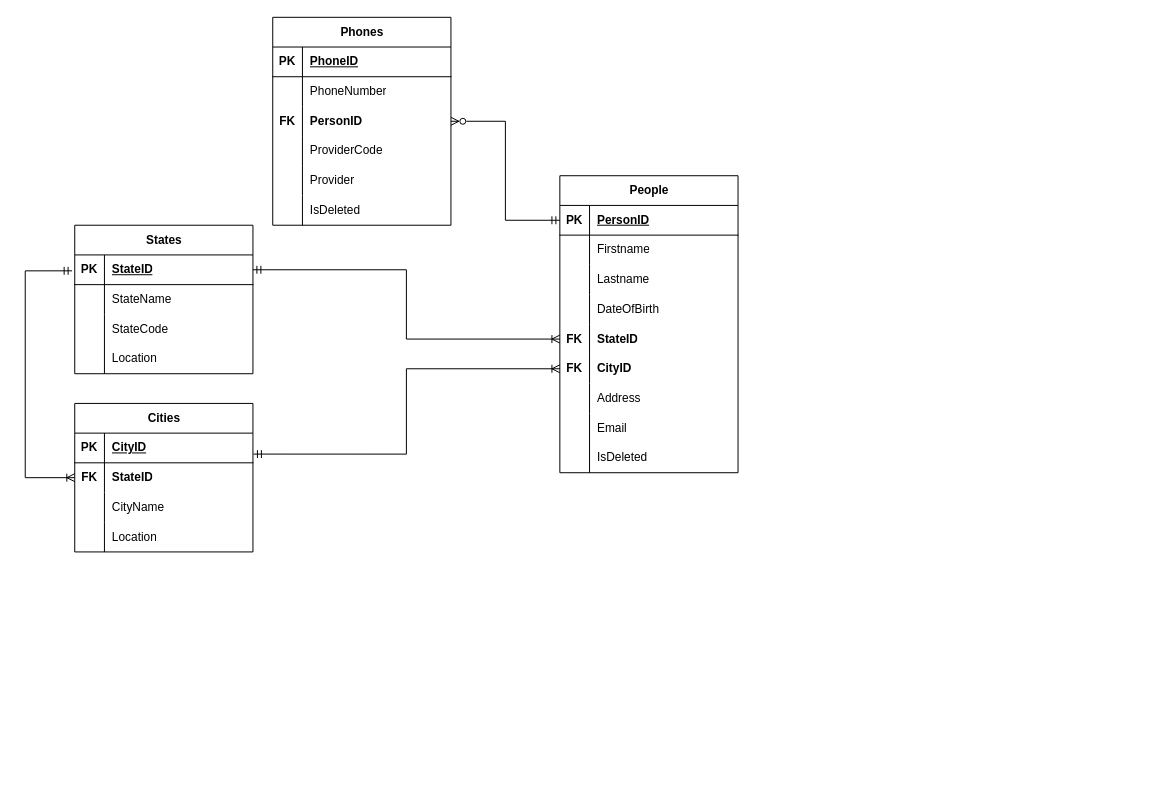
Earlier version of the draw.io diagram GNT_Manager.drawio (khalil98dev/GNT). Source tidied: cells renumbered, new cells numbered last; positions are measured from the earlier drawing's top-left corner, leaving out a move shared by most shapes. Both pictures are drawn from the tidied source at 99%, with x=0, y=0 at pixel (25, 17).
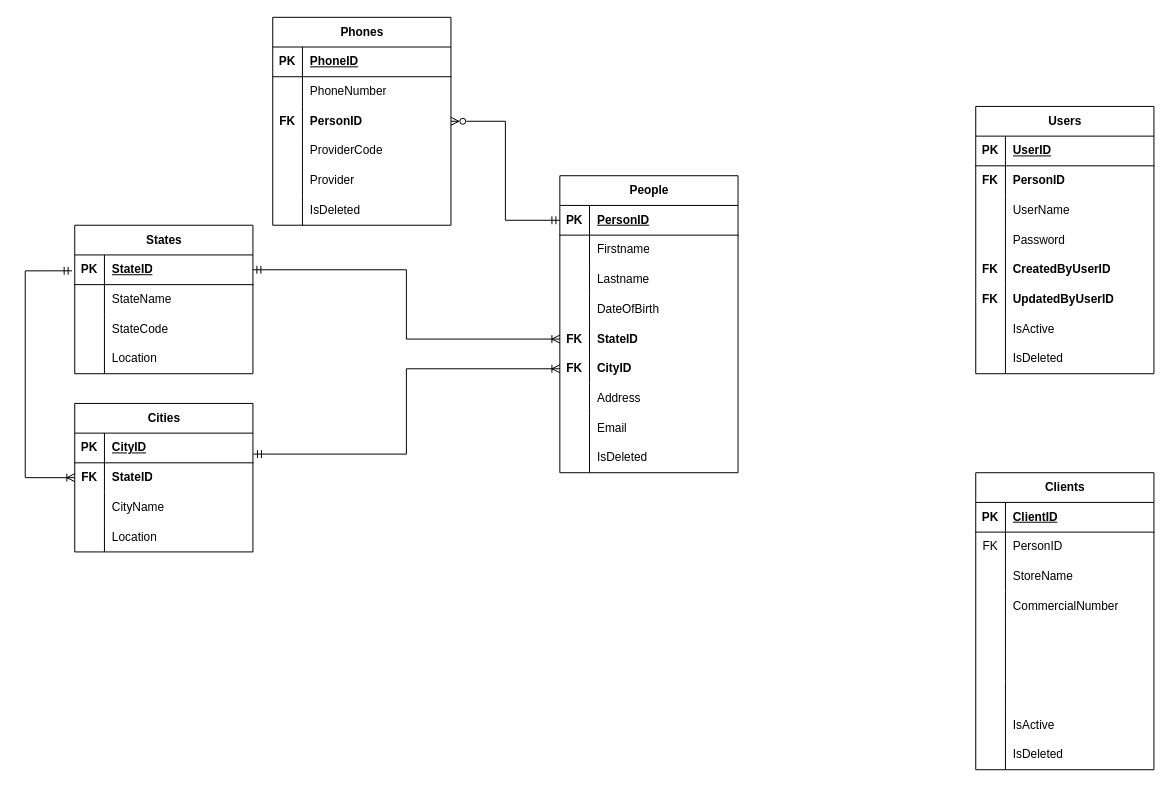
The same page after the edit.

Change to the diagram source:
```diff
@@
-<mxGraphModel>
+<mxGraphModel background="light-dark(#FFFFFF,#262626)">
@@
+    <mxCell id="79" value="Users" style="shape=table;startSize=30;childLayout=tableLayout;rowLines=0;fontStyle=1;align=center;html=1;" parent="1" vertex="1">
+      <mxGeometry x="960.1" y="90" width="180" height="270" as="geometry" />
+    </mxCell>
+    <mxCell id="80" style="shape=tableRow;horizontal=0;startSize=0;swimlaneHead=0;swimlaneBody=0;fillColor=none;top=0;left=0;right=0;bottom=1;" parent="79" vertex="1">
+      <mxGeometry y="30" width="180" height="30" as="geometry" />
+    </mxCell>
+    <mxCell id="81" value="PK" style="shape=partialRectangle;fillColor=none;top=0;left=0;bottom=0;right=0;fontStyle=1;overflow=hidden;whiteSpace=wrap;html=1;" parent="80" vertex="1">
+      <mxGeometry width="30" height="30" as="geometry" />
+    </mxCell>
+    <mxCell id="82" value="UserID" style="shape=partialRectangle;fillColor=none;top=0;left=0;bottom=0;right=0;align=left;spacingLeft=6;fontStyle=5;overflow=hidden;whiteSpace=wrap;html=1;" parent="80" vertex="1">
+      <mxGeometry x="30" width="150" height="30" as="geometry" />
+    </mxCell>
+    <mxCell id="83" style="shape=tableRow;horizontal=0;startSize=0;swimlaneHead=0;swimlaneBody=0;fillColor=none;top=0;left=0;right=0;bottom=0;" parent="79" vertex="1">
+      <mxGeometry y="60" width="180" height="30" as="geometry" />
+    </mxCell>
+    <mxCell id="84" value="FK" style="shape=partialRectangle;fillColor=none;top=0;left=0;bottom=0;right=0;overflow=hidden;whiteSpace=wrap;html=1;fontStyle=1;" parent="83" vertex="1">
+      <mxGeometry width="30" height="30" as="geometry" />
+    </mxCell>
+    <mxCell id="85" value="PersonID" style="shape=partialRectangle;fillColor=none;top=0;left=0;bottom=0;right=0;align=left;spacingLeft=6;overflow=hidden;whiteSpace=wrap;html=1;fontStyle=1;" parent="83" vertex="1">
+      <mxGeometry x="30" width="150" height="30" as="geometry" />
+    </mxCell>
+    <mxCell id="86" style="shape=tableRow;horizontal=0;startSize=0;swimlaneHead=0;swimlaneBody=0;fillColor=none;top=0;left=0;right=0;bottom=0;" parent="79" vertex="1">
+      <mxGeometry y="90" width="180" height="30" as="geometry" />
+    </mxCell>
+    <mxCell id="87" style="shape=partialRectangle;fillColor=none;top=0;left=0;bottom=0;right=0;overflow=hidden;whiteSpace=wrap;html=1;" parent="86" vertex="1">
+      <mxGeometry width="30" height="30" as="geometry" />
+    </mxCell>
+    <mxCell id="88" value="UserName" style="shape=partialRectangle;fillColor=none;top=0;left=0;bottom=0;right=0;align=left;spacingLeft=6;overflow=hidden;whiteSpace=wrap;html=1;" parent="86" vertex="1">
+      <mxGeometry x="30" width="150" height="30" as="geometry" />
+    </mxCell>
+    <mxCell id="89" style="shape=tableRow;horizontal=0;startSize=0;swimlaneHead=0;swimlaneBody=0;fillColor=none;top=0;left=0;right=0;bottom=0;" parent="79" vertex="1">
+      <mxGeometry y="120" width="180" height="30" as="geometry" />
+    </mxCell>
+    <mxCell id="90" style="shape=partialRectangle;fillColor=none;top=0;left=0;bottom=0;right=0;overflow=hidden;whiteSpace=wrap;html=1;" parent="89" vertex="1">
+      <mxGeometry width="30" height="30" as="geometry" />
+    </mxCell>
+    <mxCell id="91" value="Password" style="shape=partialRectangle;fillColor=none;top=0;left=0;bottom=0;right=0;align=left;spacingLeft=6;overflow=hidden;whiteSpace=wrap;html=1;" parent="89" vertex="1">
+      <mxGeometry x="30" width="150" height="30" as="geometry" />
+    </mxCell>
+    <mxCell id="92" style="shape=tableRow;horizontal=0;startSize=0;swimlaneHead=0;swimlaneBody=0;fillColor=none;top=0;left=0;right=0;bottom=0;" parent="79" vertex="1">
+      <mxGeometry y="150" width="180" height="30" as="geometry" />
+    </mxCell>
+    <mxCell id="93" value="FK" style="shape=partialRectangle;fillColor=none;top=0;left=0;bottom=0;right=0;overflow=hidden;whiteSpace=wrap;html=1;fontStyle=1;" parent="92" vertex="1">
+      <mxGeometry width="30" height="30" as="geometry" />
+    </mxCell>
+    <mxCell id="94" value="CreatedByUserID" style="shape=partialRectangle;fillColor=none;top=0;left=0;bottom=0;right=0;align=left;spacingLeft=6;overflow=hidden;whiteSpace=wrap;html=1;fontStyle=1;" parent="92" vertex="1">
+      <mxGeometry x="30" width="150" height="30" as="geometry" />
+    </mxCell>
+    <mxCell id="95" style="shape=tableRow;horizontal=0;startSize=0;swimlaneHead=0;swimlaneBody=0;fillColor=none;top=0;left=0;right=0;bottom=0;" parent="79" vertex="1">
+      <mxGeometry y="180" width="180" height="30" as="geometry" />
+    </mxCell>
+    <mxCell id="96" value="FK" style="shape=partialRectangle;fillColor=none;top=0;left=0;bottom=0;right=0;overflow=hidden;whiteSpace=wrap;html=1;fontStyle=1;" parent="95" vertex="1">
+      <mxGeometry width="30" height="30" as="geometry" />
+    </mxCell>
+    <mxCell id="97" value="UpdatedByUserID" style="shape=partialRectangle;fillColor=none;top=0;left=0;bottom=0;right=0;align=left;spacingLeft=6;overflow=hidden;whiteSpace=wrap;html=1;fontStyle=1;" parent="95" vertex="1">
+      <mxGeometry x="30" width="150" height="30" as="geometry" />
+    </mxCell>
+    <mxCell id="98" style="shape=tableRow;horizontal=0;startSize=0;swimlaneHead=0;swimlaneBody=0;fillColor=none;top=0;left=0;right=0;bottom=0;" parent="79" vertex="1">
+      <mxGeometry y="210" width="180" height="30" as="geometry" />
+    </mxCell>
+    <mxCell id="99" style="shape=partialRectangle;fillColor=none;top=0;left=0;bottom=0;right=0;overflow=hidden;whiteSpace=wrap;html=1;" parent="98" vertex="1">
+      <mxGeometry width="30" height="30" as="geometry" />
+    </mxCell>
+    <mxCell id="100" value="IsActive" style="shape=partialRectangle;fillColor=none;top=0;left=0;bottom=0;right=0;align=left;spacingLeft=6;overflow=hidden;whiteSpace=wrap;html=1;" parent="98" vertex="1">
+      <mxGeometry x="30" width="150" height="30" as="geometry" />
+    </mxCell>
+    <mxCell id="101" style="shape=tableRow;horizontal=0;startSize=0;swimlaneHead=0;swimlaneBody=0;fillColor=none;top=0;left=0;right=0;bottom=0;" parent="79" vertex="1">
+      <mxGeometry y="240" width="180" height="30" as="geometry" />
+    </mxCell>
+    <mxCell id="102" style="shape=partialRectangle;fillColor=none;top=0;left=0;bottom=0;right=0;overflow=hidden;whiteSpace=wrap;html=1;" parent="101" vertex="1">
+      <mxGeometry width="30" height="30" as="geometry" />
+    </mxCell>
+    <mxCell id="103" value="IsDeleted" style="shape=partialRectangle;fillColor=none;top=0;left=0;bottom=0;right=0;align=left;spacingLeft=6;overflow=hidden;whiteSpace=wrap;html=1;" parent="101" vertex="1">
+      <mxGeometry x="30" width="150" height="30" as="geometry" />
+    </mxCell>
+    <mxCell id="104" value="Clients" style="shape=table;startSize=30;childLayout=tableLayout;rowLines=0;fontStyle=1;align=center;html=1;" parent="1" vertex="1">
+      <mxGeometry x="960.1" y="460" width="180" height="300" as="geometry" />
+    </mxCell>
+    <mxCell id="105" style="shape=tableRow;horizontal=0;startSize=0;swimlaneHead=0;swimlaneBody=0;fillColor=none;top=0;left=0;right=0;bottom=1;" parent="104" vertex="1">
+      <mxGeometry y="30" width="180" height="30" as="geometry" />
+    </mxCell>
+    <mxCell id="106" value="PK" style="shape=partialRectangle;fillColor=none;top=0;left=0;bottom=0;right=0;fontStyle=1;overflow=hidden;whiteSpace=wrap;html=1;" parent="105" vertex="1">
+      <mxGeometry width="30" height="30" as="geometry" />
+    </mxCell>
+    <mxCell id="107" value="ClientID" style="shape=partialRectangle;fillColor=none;top=0;left=0;bottom=0;right=0;align=left;spacingLeft=6;fontStyle=5;overflow=hidden;whiteSpace=wrap;html=1;" parent="105" vertex="1">
+      <mxGeometry x="30" width="150" height="30" as="geometry" />
+    </mxCell>
+    <mxCell id="108" style="shape=tableRow;horizontal=0;startSize=0;swimlaneHead=0;swimlaneBody=0;fillColor=none;top=0;left=0;right=0;bottom=0;" parent="104" vertex="1">
+      <mxGeometry y="60" width="180" height="30" as="geometry" />
+    </mxCell>
+    <mxCell id="109" value="FK" style="shape=partialRectangle;fillColor=none;top=0;left=0;bottom=0;right=0;overflow=hidden;whiteSpace=wrap;html=1;" parent="108" vertex="1">
+      <mxGeometry width="30" height="30" as="geometry" />
+    </mxCell>
+    <mxCell id="110" value="PersonID" style="shape=partialRectangle;fillColor=none;top=0;left=0;bottom=0;right=0;align=left;spacingLeft=6;overflow=hidden;whiteSpace=wrap;html=1;" parent="108" vertex="1">
+      <mxGeometry x="30" width="150" height="30" as="geometry" />
+    </mxCell>
+    <mxCell id="111" style="shape=tableRow;horizontal=0;startSize=0;swimlaneHead=0;swimlaneBody=0;fillColor=none;top=0;left=0;right=0;bottom=0;" parent="104" vertex="1">
+      <mxGeometry y="90" width="180" height="30" as="geometry" />
+    </mxCell>
+    <mxCell id="112" style="shape=partialRectangle;fillColor=none;top=0;left=0;bottom=0;right=0;overflow=hidden;whiteSpace=wrap;html=1;" parent="111" vertex="1">
+      <mxGeometry width="30" height="30" as="geometry" />
+    </mxCell>
+    <mxCell id="113" value="StoreName" style="shape=partialRectangle;fillColor=none;top=0;left=0;bottom=0;right=0;align=left;spacingLeft=6;overflow=hidden;whiteSpace=wrap;html=1;" parent="111" vertex="1">
+      <mxGeometry x="30" width="150" height="30" as="geometry" />
+    </mxCell>
+    <mxCell id="114" style="shape=tableRow;horizontal=0;startSize=0;swimlaneHead=0;swimlaneBody=0;fillColor=none;top=0;left=0;right=0;bottom=0;" parent="104" vertex="1">
+      <mxGeometry y="120" width="180" height="30" as="geometry" />
+    </mxCell>
+    <mxCell id="115" style="shape=partialRectangle;fillColor=none;top=0;left=0;bottom=0;right=0;overflow=hidden;whiteSpace=wrap;html=1;fontStyle=1;" parent="114" vertex="1">
+      <mxGeometry width="30" height="30" as="geometry" />
+    </mxCell>
+    <mxCell id="116" value="CommercialNumber" style="shape=partialRectangle;fillColor=none;top=0;left=0;bottom=0;right=0;align=left;spacingLeft=6;overflow=hidden;whiteSpace=wrap;html=1;fontStyle=0;" parent="114" vertex="1">
+      <mxGeometry x="30" width="150" height="30" as="geometry" />
+    </mxCell>
+    <mxCell id="117" style="shape=tableRow;horizontal=0;startSize=0;swimlaneHead=0;swimlaneBody=0;fillColor=none;top=0;left=0;right=0;bottom=0;" parent="104" vertex="1">
+      <mxGeometry y="150" width="180" height="30" as="geometry" />
+    </mxCell>
+    <mxCell id="118" style="shape=partialRectangle;fillColor=none;top=0;left=0;bottom=0;right=0;overflow=hidden;whiteSpace=wrap;html=1;fontStyle=1;" parent="117" vertex="1">
+      <mxGeometry width="30" height="30" as="geometry" />
+    </mxCell>
+    <mxCell id="119" style="shape=partialRectangle;fillColor=none;top=0;left=0;bottom=0;right=0;align=left;spacingLeft=6;overflow=hidden;whiteSpace=wrap;html=1;fontStyle=1;" parent="117" vertex="1">
+      <mxGeometry x="30" width="150" height="30" as="geometry" />
+    </mxCell>
+    <mxCell id="120" style="shape=tableRow;horizontal=0;startSize=0;swimlaneHead=0;swimlaneBody=0;fillColor=none;top=0;left=0;right=0;bottom=0;" parent="104" vertex="1">
+      <mxGeometry y="180" width="180" height="30" as="geometry" />
+    </mxCell>
+    <mxCell id="121" style="shape=partialRectangle;fillColor=none;top=0;left=0;bottom=0;right=0;overflow=hidden;whiteSpace=wrap;html=1;fontStyle=1;" parent="120" vertex="1">
+      <mxGeometry width="30" height="30" as="geometry" />
+    </mxCell>
+    <mxCell id="122" style="shape=partialRectangle;fillColor=none;top=0;left=0;bottom=0;right=0;align=left;spacingLeft=6;overflow=hidden;whiteSpace=wrap;html=1;fontStyle=1;" parent="120" vertex="1">
+      <mxGeometry x="30" width="150" height="30" as="geometry" />
+    </mxCell>
+    <mxCell id="123" style="shape=tableRow;horizontal=0;startSize=0;swimlaneHead=0;swimlaneBody=0;fillColor=none;top=0;left=0;right=0;bottom=0;" parent="104" vertex="1">
+      <mxGeometry y="210" width="180" height="30" as="geometry" />
+    </mxCell>
+    <mxCell id="124" style="shape=partialRectangle;fillColor=none;top=0;left=0;bottom=0;right=0;overflow=hidden;whiteSpace=wrap;html=1;fontStyle=1;" parent="123" vertex="1">
+      <mxGeometry width="30" height="30" as="geometry" />
+    </mxCell>
+    <mxCell id="125" style="shape=partialRectangle;fillColor=none;top=0;left=0;bottom=0;right=0;align=left;spacingLeft=6;overflow=hidden;whiteSpace=wrap;html=1;fontStyle=1;" parent="123" vertex="1">
+      <mxGeometry x="30" width="150" height="30" as="geometry" />
+    </mxCell>
+    <mxCell id="126" style="shape=tableRow;horizontal=0;startSize=0;swimlaneHead=0;swimlaneBody=0;fillColor=none;top=0;left=0;right=0;bottom=0;" parent="104" vertex="1">
+      <mxGeometry y="240" width="180" height="30" as="geometry" />
+    </mxCell>
+    <mxCell id="127" style="shape=partialRectangle;fillColor=none;top=0;left=0;bottom=0;right=0;overflow=hidden;whiteSpace=wrap;html=1;" parent="126" vertex="1">
+      <mxGeometry width="30" height="30" as="geometry" />
+    </mxCell>
+    <mxCell id="128" value="IsActive" style="shape=partialRectangle;fillColor=none;top=0;left=0;bottom=0;right=0;align=left;spacingLeft=6;overflow=hidden;whiteSpace=wrap;html=1;" parent="126" vertex="1">
+      <mxGeometry x="30" width="150" height="30" as="geometry" />
+    </mxCell>
+    <mxCell id="129" style="shape=tableRow;horizontal=0;startSize=0;swimlaneHead=0;swimlaneBody=0;fillColor=none;top=0;left=0;right=0;bottom=0;" parent="104" vertex="1">
+      <mxGeometry y="270" width="180" height="30" as="geometry" />
+    </mxCell>
+    <mxCell id="130" style="shape=partialRectangle;fillColor=none;top=0;left=0;bottom=0;right=0;overflow=hidden;whiteSpace=wrap;html=1;" parent="129" vertex="1">
+      <mxGeometry width="30" height="30" as="geometry" />
+    </mxCell>
+    <mxCell id="131" value="IsDeleted" style="shape=partialRectangle;fillColor=none;top=0;left=0;bottom=0;right=0;align=left;spacingLeft=6;overflow=hidden;whiteSpace=wrap;html=1;" parent="129" vertex="1">
+      <mxGeometry x="30" width="150" height="30" as="geometry" />
+    </mxCell>
+    <mxCell id="132" style="edgeStyle=orthogonalEdgeStyle;rounded=0;orthogonalLoop=1;jettySize=auto;html=1;" parent="1" edge="1">
+      <mxGeometry relative="1" as="geometry">
+        <mxPoint x="715.1" y="900" as="targetPoint" />
+      </mxGeometry>
+    </mxCell>
+    <mxCell id="133" style="edgeStyle=orthogonalEdgeStyle;rounded=0;orthogonalLoop=1;jettySize=auto;html=1;" parent="1" edge="1">
+      <mxGeometry relative="1" as="geometry">
+        <mxPoint x="875.1" y="940" as="targetPoint" />
+      </mxGeometry>
+    </mxCell>
```
